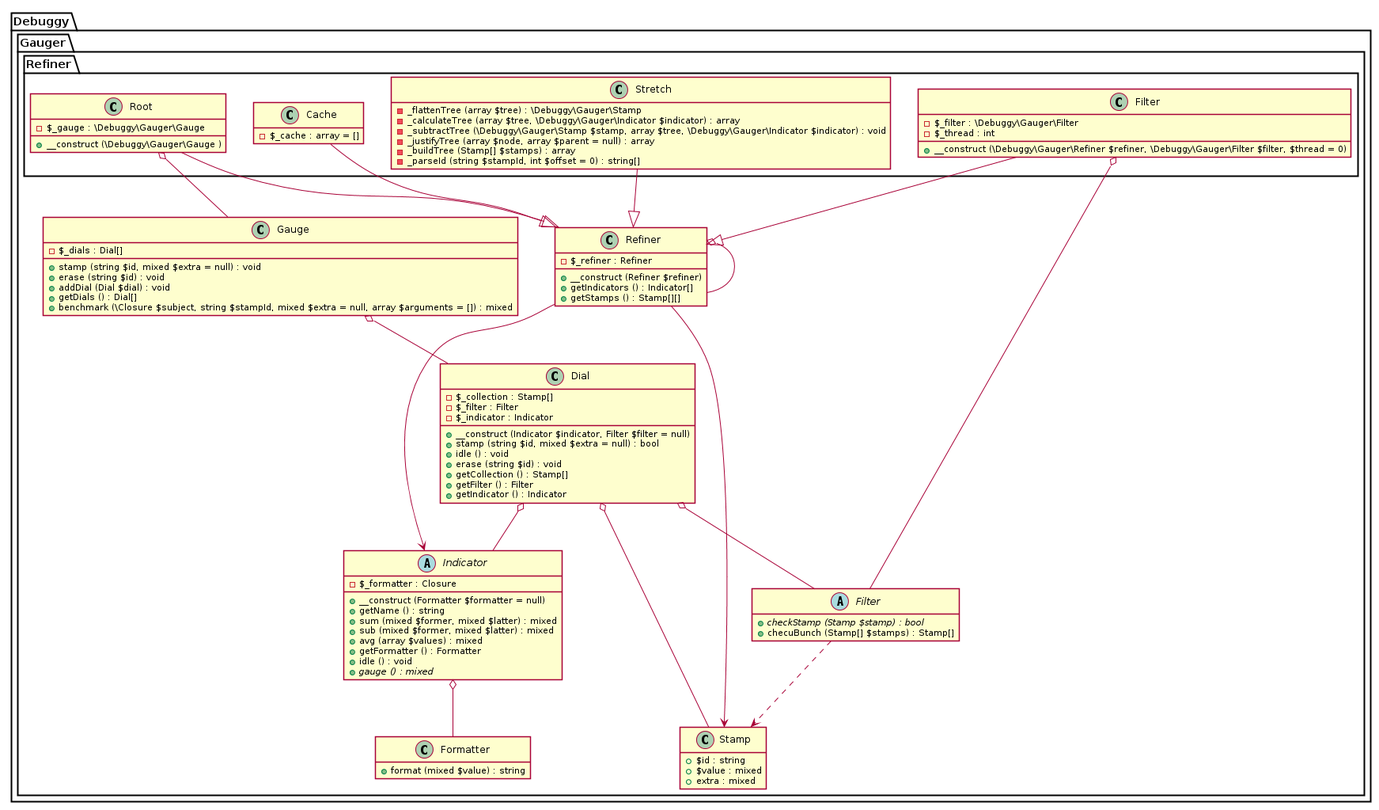
This is uml/plantuml/refiners.png from dnsl48/gauger, a PlantUML export, as it was before one commit. Its diagram source:
```plantuml
@startuml





hide empty fields
hide empty methods

skinparam shadowing false











package Debuggy {
	namespace Gauger {
		class "Formatter" as _Formatter {
			+ format (mixed $value) : string
		}
	}
}




package Debuggy {
	namespace Gauger {
		abstract class "Indicator" as _Indicator {
			- $_formatter : Closure
			+ __construct (Formatter $formatter = null)
			+ getName () : string
			+ sum (mixed $former, mixed $latter) : mixed
			+ sub (mixed $former, mixed $latter) : mixed
			+ avg (array $values) : mixed
			+ getFormatter () : Formatter
			+ idle () : void
			+ {abstract} gauge () : mixed
		}

		_Indicator o-- _Formatter
	}
}






package Debuggy {
	namespace Gauger {
		class Stamp {
			+ $id : string
			+ $value : mixed
			+ extra : mixed
		}
	}
}




package Debuggy {
	namespace Gauger {
		class "Refiner" as _Refiner {
			- $_refiner : Refiner
			+ __construct (Refiner $refiner)
			+ getIndicators () : Indicator[]
			+ getStamps () : Stamp[][]
		}

		_Refiner o-- _Refiner
		_Refiner --> _Indicator
		_Refiner --> Stamp
	}
}










package Debuggy {
	namespace Gauger {
		abstract class "Filter" as _Filter {
			+ {abstract} checkStamp (Stamp $stamp) : bool
			+ checuBunch (Stamp[] $stamps) : Stamp[]
		}

		_Filter ..> Stamp
	}
}




package Debuggy {
	namespace Gauger {
		class Dial {
			- $_collection : Stamp[]
			- $_filter : Filter
			- $_indicator : Indicator
			+ __construct (Indicator $indicator, Filter $filter = null)
			+ stamp (string $id, mixed $extra = null) : bool
			+ idle () : void
			+ erase (string $id) : void
			+ getCollection () : Stamp[]
			+ getFilter () : Filter
			+ getIndicator () : Indicator
		}

		Dial o-- _Indicator
		Dial o-- _Filter
		Dial o-- Stamp
	}
}




package Debuggy {
	namespace Gauger {
		class Gauge {
			- $_dials : Dial[]
			+ stamp (string $id, mixed $extra = null) : void
			+ erase (string $id) : void
			+ addDial (Dial $dial) : void
			+ getDials () : Dial[]
			+ benchmark (\Closure $subject, string $stampId, mixed $extra = null, array $arguments = []) : mixed
		}

		Gauge o-- Dial
	}
}




package Debuggy {
	namespace Gauger {
		namespace Refiner {
			class Root {
				- $_gauge : \Debuggy\Gauger\Gauge
				+ __construct (\Debuggy\Gauger\Gauge )
			}

			Root o-- .Gauger.Gauge
			Root --|> .Gauger._Refiner


			class Cache {
				- $_cache : array = []
			}

			Cache --|> .Gauger._Refiner


			class Filter {
				- $_filter : \Debuggy\Gauger\Filter
				- $_thread : int
				+ __construct (\Debuggy\Gauger\Refiner $refiner, \Debuggy\Gauger\Filter $filter, $thread = 0)
			}

			Filter o-- .Gauger._Filter
			Filter --|> .Gauger._Refiner


			class Stretch {
				- _flattenTree (array $tree) : \Debuggy\Gauger\Stamp
				- _calculateTree (array $tree, \Debuggy\Gauger\Indicator $indicator) : array
				- _subtractTree (\Debuggy\Gauger\Stamp $stamp, array $tree, \Debuggy\Gauger\Indicator $indicator) : void
				- _justifyTree (array $node, array $parent = null) : array
				- _buildTree (Stamp[] $stamps) : array
				- _parseId (string $stampId, int $offset = 0) : string[]
			}

			Stretch --|> .Gauger._Refiner
		}
	}
}

@enduml
```
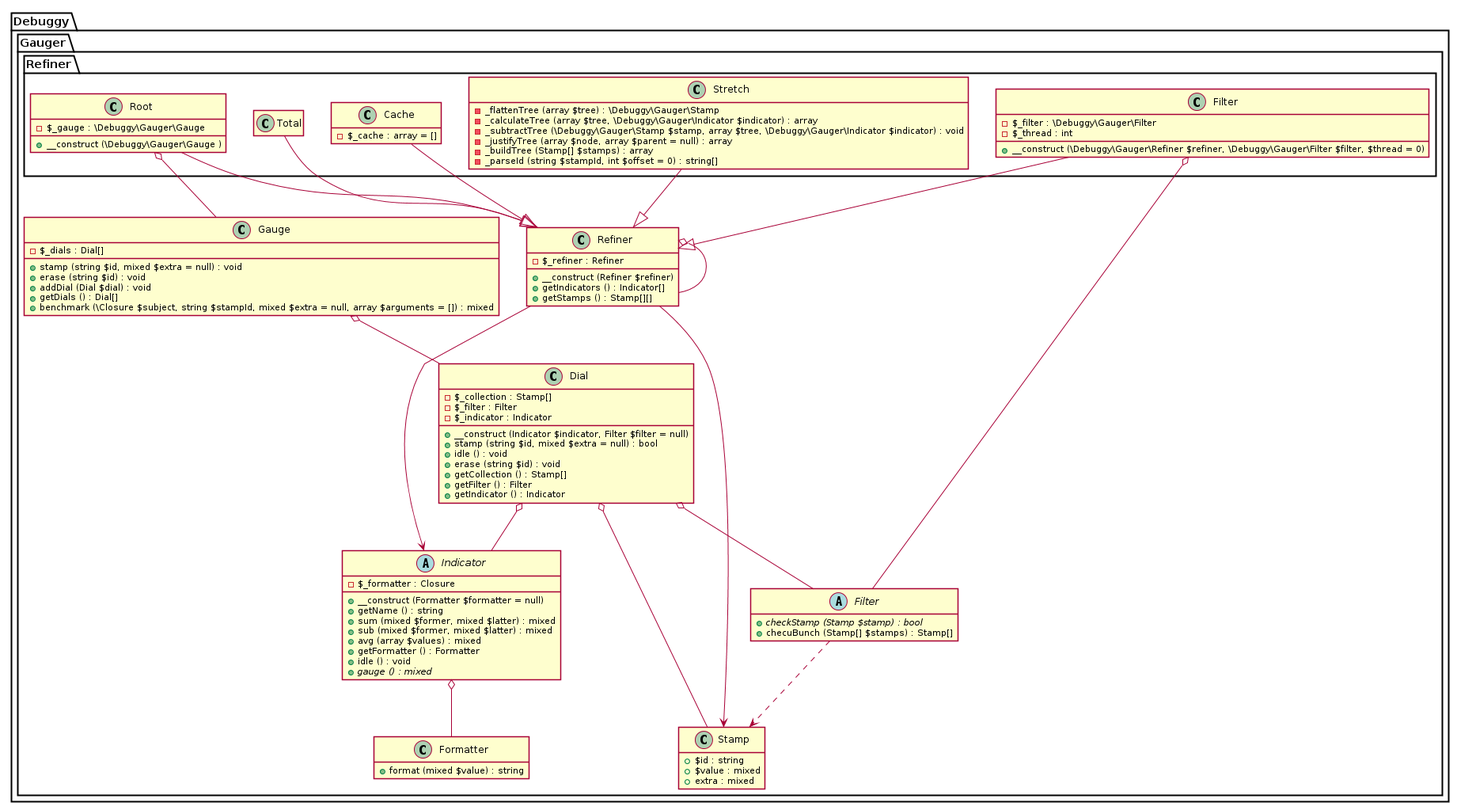
The same file after the commit.

Commit message:
Refiner::Total implementation; Sample::Timer uses filters now;

Diff of the diagram source:
```diff
@@ -185,6 +185,11 @@
 			}
 
 			Stretch --|> .Gauger._Refiner
+
+
+			class Total
+
+			Total --|> .Gauger._Refiner
 		}
 	}
 }
```
